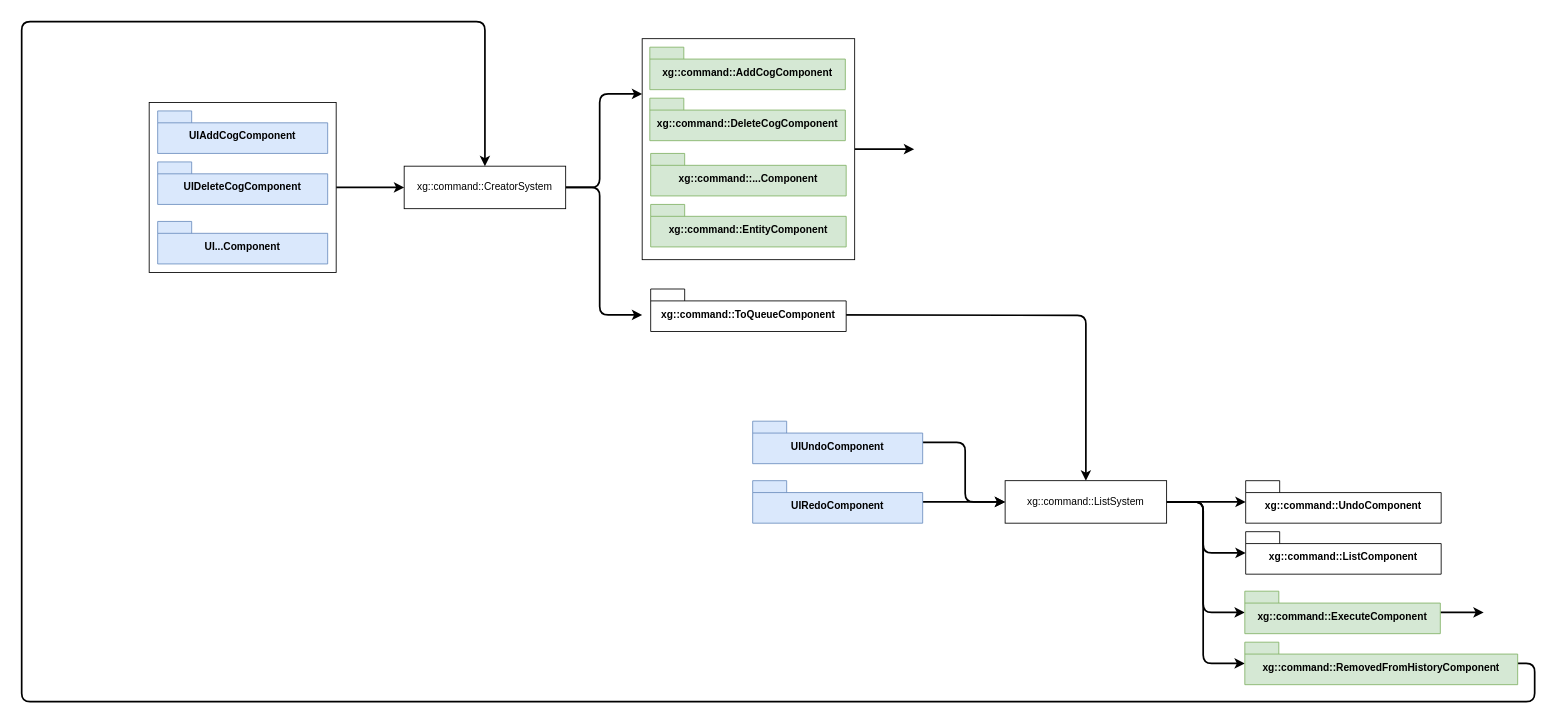
djfooks-kl/breadboard keeps this draw.io diagram as design/command-undo.drawio. Above is the earlier version. Source tidied: cells renumbered, new cells numbered last; positions are measured from the earlier drawing's top-left corner, leaving out a move shared by most shapes. Both pictures are drawn from the tidied source at 85%, with x=0, y=0 at pixel (21, 21).
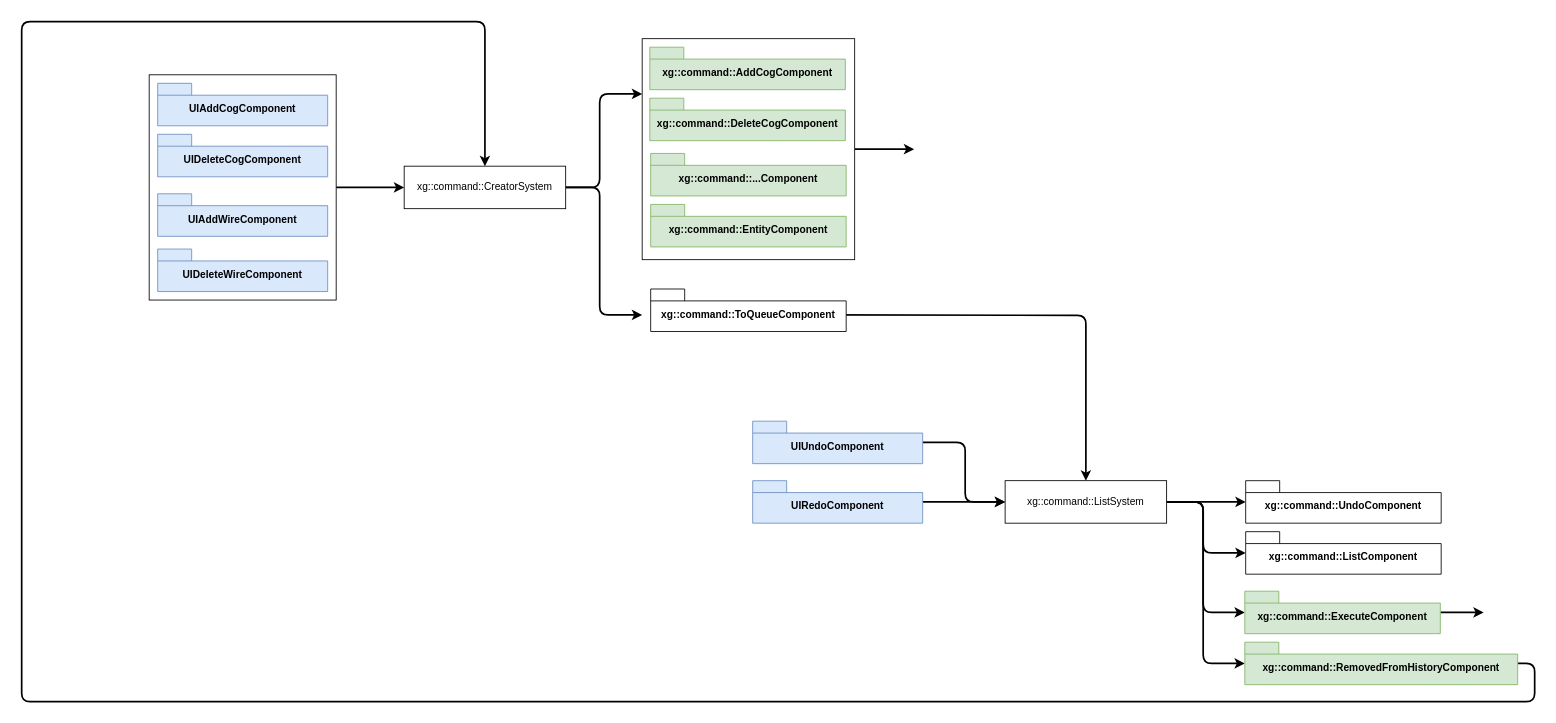
The same page after the edit.

Change to the diagram source:
```diff
@@
     <mxCell id="3" style="rounded=0;whiteSpace=wrap;html=1;fontFamily=Helvetica;fontSize=11;fontColor=default;labelBackgroundColor=default;" parent="1" vertex="1">
-      <mxGeometry x="150" y="95" width="220" height="200" as="geometry" />
+      <mxGeometry x="150" y="62.5" width="220" height="265" as="geometry" />
     </mxCell>
@@
     <mxCell id="11" value="UIDeleteCogComponent" style="shape=folder;fontStyle=1;spacingTop=10;tabWidth=40;tabHeight=14;tabPosition=left;html=1;whiteSpace=wrap;fillColor=#dae8fc;strokeColor=#6c8ebf;" parent="1" vertex="1">
-      <mxGeometry x="160" y="165" width="200" height="50" as="geometry" />
+      <mxGeometry x="160" y="132.5" width="200" height="50" as="geometry" />
     </mxCell>
@@
     <mxCell id="13" value="UIAddCogComponent" style="shape=folder;fontStyle=1;spacingTop=10;tabWidth=40;tabHeight=14;tabPosition=left;html=1;whiteSpace=wrap;fillColor=#dae8fc;strokeColor=#6c8ebf;" parent="1" vertex="1">
-      <mxGeometry x="160" y="105" width="200" height="50" as="geometry" />
+      <mxGeometry x="160" y="72.5" width="200" height="50" as="geometry" />
     </mxCell>
@@
-    <mxCell id="29" value="UI...Component" style="shape=folder;fontStyle=1;spacingTop=10;tabWidth=40;tabHeight=14;tabPosition=left;html=1;whiteSpace=wrap;fillColor=#dae8fc;strokeColor=#6c8ebf;" parent="1" vertex="1">
-      <mxGeometry x="160" y="235" width="200" height="50" as="geometry" />
+    <mxCell id="29" value="UIAddWireComponent" style="shape=folder;fontStyle=1;spacingTop=10;tabWidth=40;tabHeight=14;tabPosition=left;html=1;whiteSpace=wrap;fillColor=#dae8fc;strokeColor=#6c8ebf;" parent="1" vertex="1">
+      <mxGeometry x="160" y="202.5" width="200" height="50" as="geometry" />
     </mxCell>
@@
+    <mxCell id="33" value="UIDeleteWireComponent" style="shape=folder;fontStyle=1;spacingTop=10;tabWidth=40;tabHeight=14;tabPosition=left;html=1;whiteSpace=wrap;fillColor=#dae8fc;strokeColor=#6c8ebf;" parent="1" vertex="1">
+      <mxGeometry x="160" y="267.5" width="200" height="50" as="geometry" />
+    </mxCell>
```
